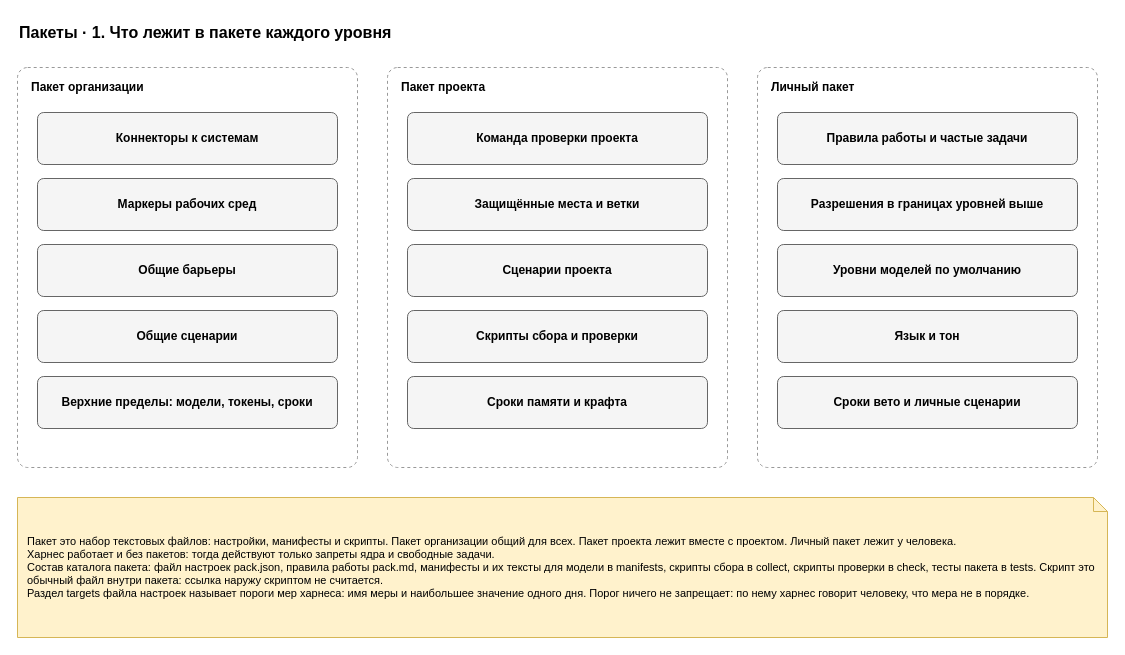
Before: page "1. Состав" (1 of 5) of docs/spec/harness-packs.drawio in roygkov/reins, a draw.io diagram. Source tidied: cells renumbered, new cells numbered last; positions are measured from the earlier drawing's top-left corner, leaving out a move shared by most shapes. Both pictures are drawn from the tidied source at 100%, with x=0, y=0 at pixel (17, 17).
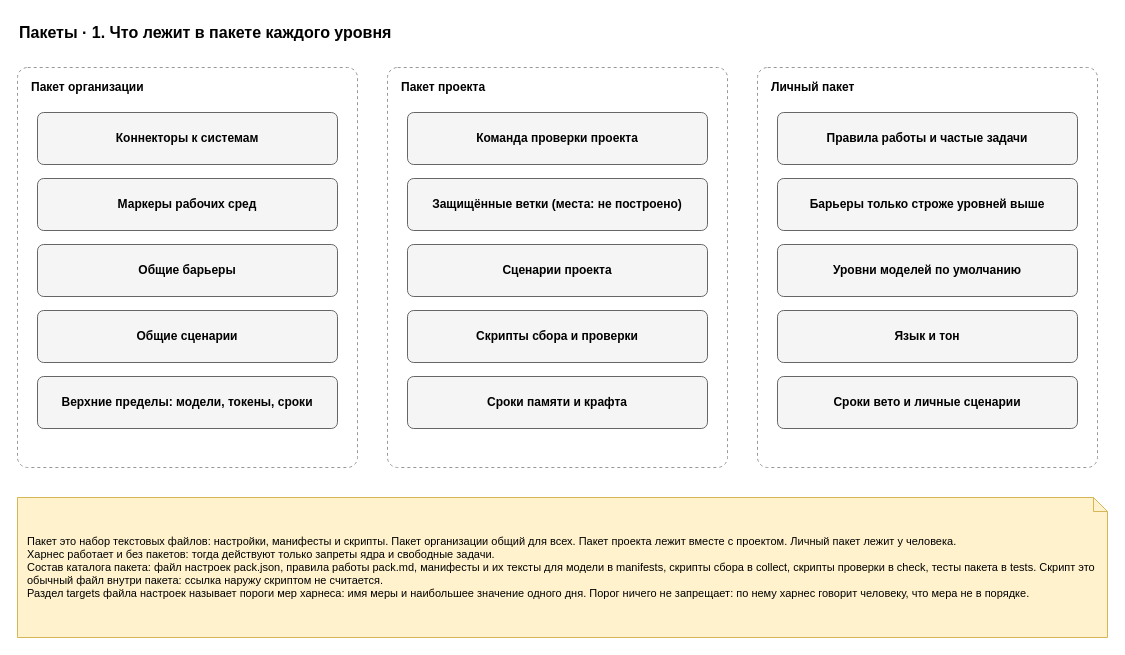
Above is the later version.

Diff of the diagram source:
```diff
@@
-    <mxCell id="11" value="&lt;b&gt;Защищённые места и ветки&lt;/b&gt;" style="rounded=1;whiteSpace=wrap;html=1;fillColor=#f5f5f5;strokeColor=#666666;arcSize=12;" parent="1" vertex="1">
+    <mxCell id="11" value="&lt;b&gt;Защищённые ветки (места: не построено)&lt;/b&gt;" style="rounded=1;whiteSpace=wrap;html=1;fillColor=#f5f5f5;strokeColor=#666666;arcSize=12;" parent="1" vertex="1">
       <mxGeometry x="390" y="161" width="300" height="52" as="geometry" />
     </mxCell>
@@
-    <mxCell id="17" value="&lt;b&gt;Разрешения в границах уровней выше&lt;/b&gt;" style="rounded=1;whiteSpace=wrap;html=1;fillColor=#f5f5f5;strokeColor=#666666;arcSize=12;" parent="1" vertex="1">
+    <mxCell id="17" value="&lt;b&gt;Барьеры только строже уровней выше&lt;/b&gt;" style="rounded=1;whiteSpace=wrap;html=1;fillColor=#f5f5f5;strokeColor=#666666;arcSize=12;" parent="1" vertex="1">
       <mxGeometry x="760" y="161" width="300" height="52" as="geometry" />
     </mxCell>
```
